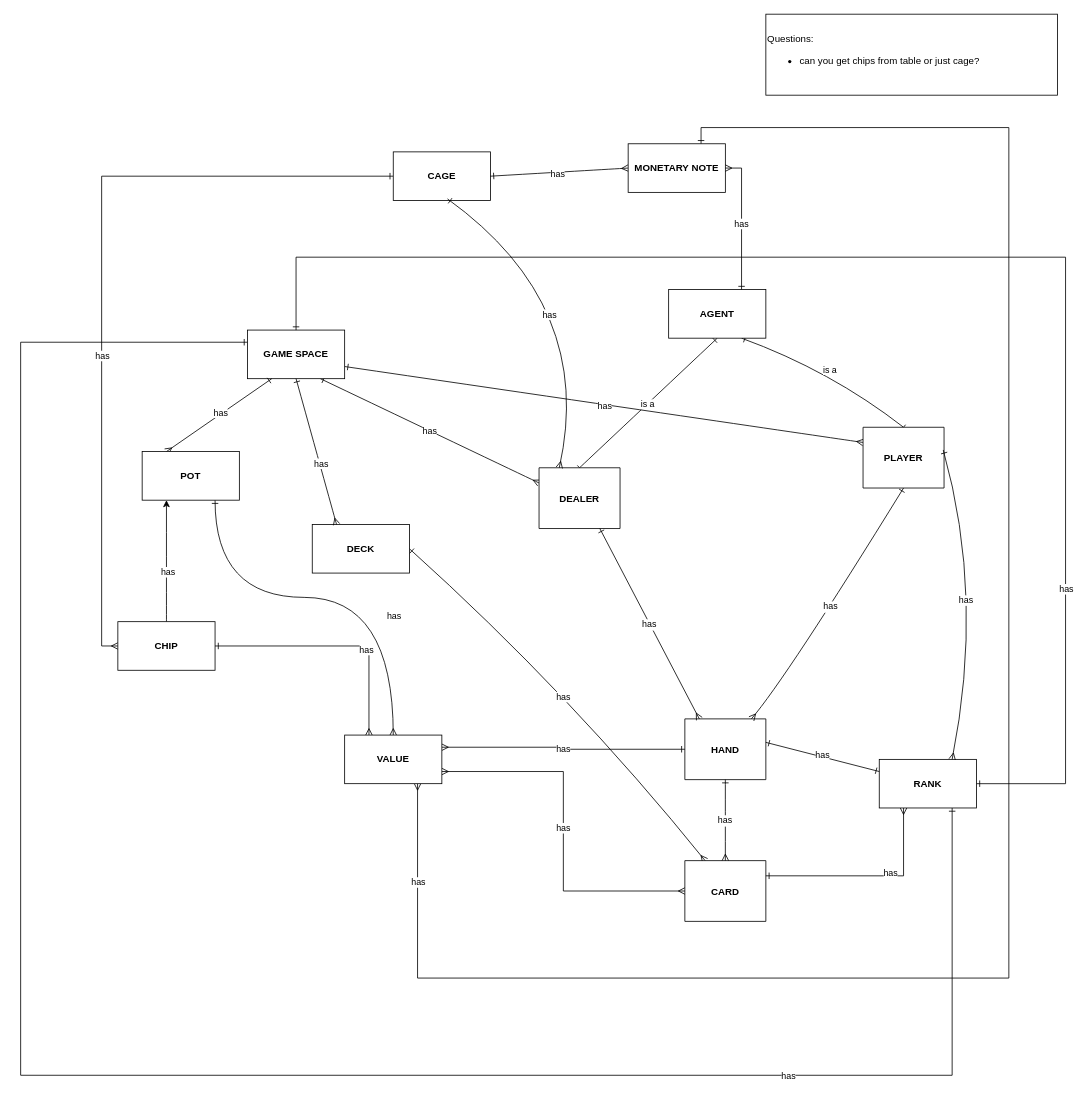
Above: lib/src/main/blackjackDesign/relationshipMap.drawio in 0xjosiah/intro-to-java (draw.io), before the change. Source tidied: cells renumbered, new cells numbered last; positions are measured from the earlier drawing's top-left corner, leaving out a move shared by most shapes. Both pictures are drawn from the tidied source at 81%, with x=0, y=0 at pixel (20, 14).
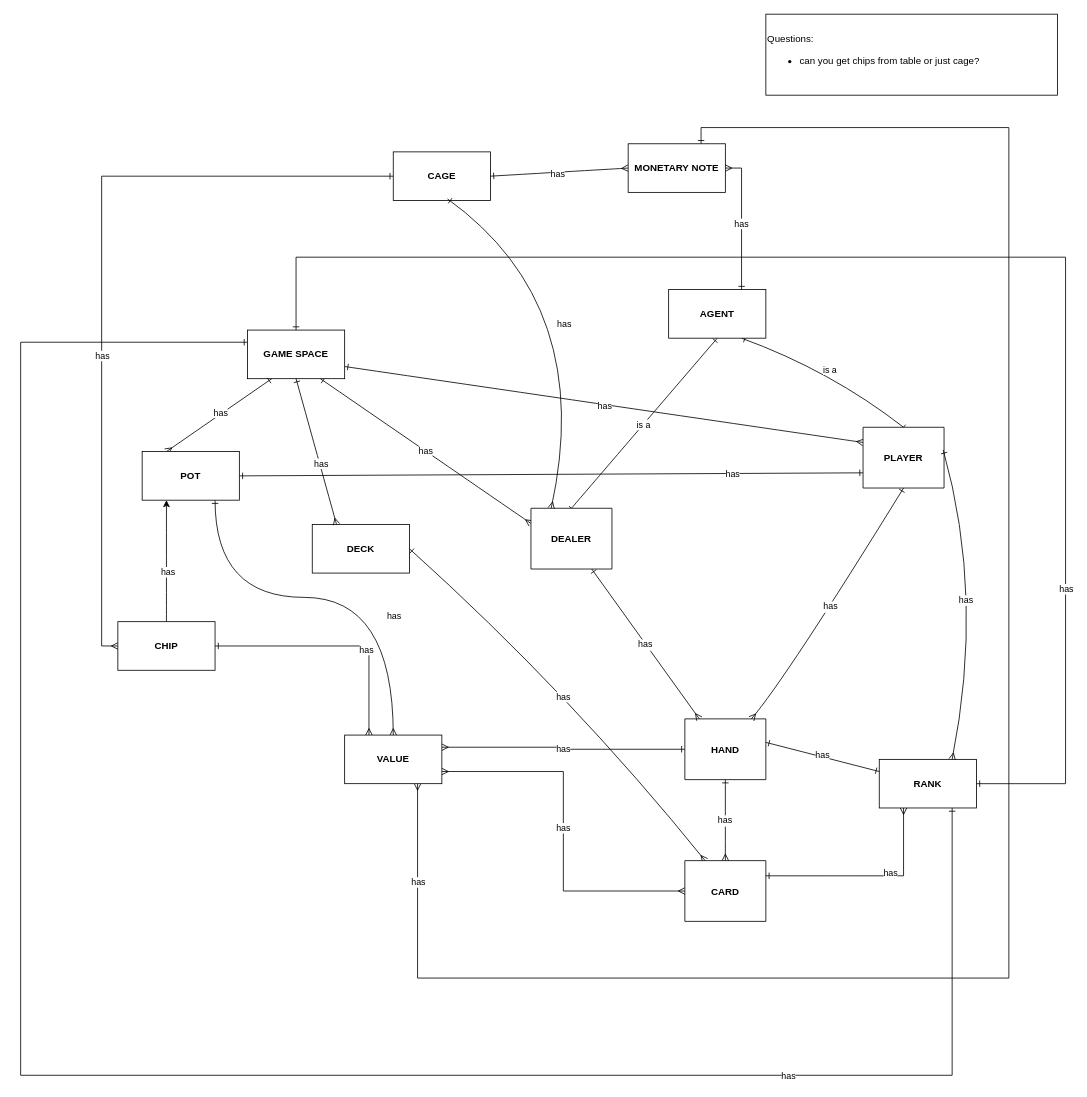
Above is the later version.

The change refers to these unchanged cells:
```xml
<mxCell id="11" value="PLAYER" style="shape=table;startSize=75;childLayout=tableLayout;rowLines=1;fontStyle=1;align=center;" parent="1" vertex="1">
  <mxGeometry x="1040" y="510" width="100" height="75" as="geometry" />
</mxCell>
<mxCell id="43" value="&lt;b&gt;POT&lt;/b&gt;" style="rounded=0;whiteSpace=wrap;html=1;" parent="1" vertex="1">
  <mxGeometry x="150" y="540" width="120" height="60" as="geometry" />
</mxCell>
```

Change to the diagram source:
```diff
@@
     <mxCell id="6" value="DEALER" style="shape=table;startSize=75;childLayout=tableLayout;rowLines=1;fontStyle=1;align=center;" parent="1" vertex="1">
-      <mxGeometry x="640" y="560" width="100" height="75" as="geometry" />
+      <mxGeometry x="630" y="610" width="100" height="75" as="geometry" />
     </mxCell>
@@
+    <mxCell id="64" style="rounded=0;jettySize=auto;html=1;exitX=0;exitY=0.75;exitDx=0;exitDy=0;entryX=1;entryY=0.5;entryDx=0;entryDy=0;startArrow=ERone;startFill=0;endArrow=ERone;endFill=0;" parent="1" edge="1" source="11" target="43">
+      <mxGeometry relative="1" as="geometry" />
+    </mxCell>
+    <mxCell id="65" value="has" style="edgeLabel;html=1;align=center;verticalAlign=middle;" parent="64" vertex="1">
+      <mxGeometry x="-0.58" relative="1" as="geometry" />
+    </mxCell>
```
